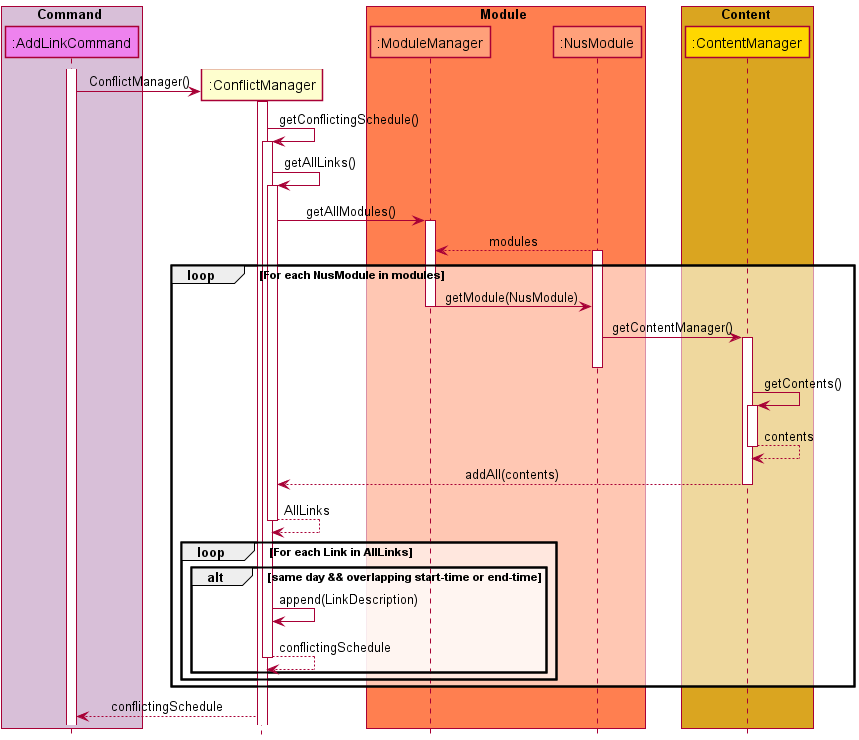
Earlier version of the PlantUML export docs/attachments/ConflictManagerSequenceDiagram.png (nus-cs2113-AY2122S1/tp).
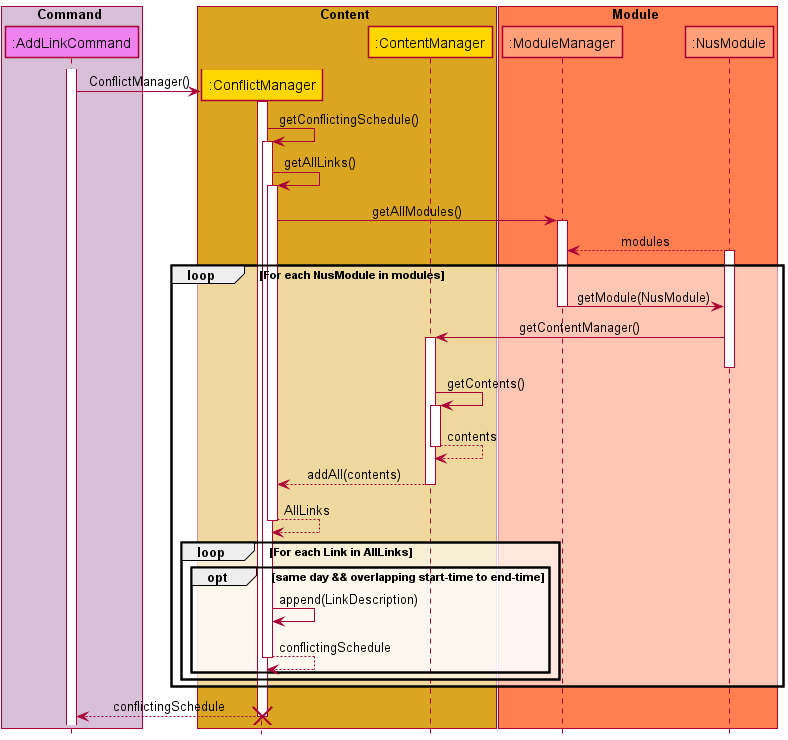
After the commit.

What changed in the source:
```diff
@@ -6,16 +6,16 @@
 participant ":AddLinkCommand" as AddLinkCommand COMMAND_COLOR
 endbox
 
-participant ":ConflictManager" as ConflictManager
+box Content CONTENT_BOX_COLOR
+participant ":ConflictManager" as ConflictManager CONTENT_COLOR
+participant ":ContentManager" as ContentManager CONTENT_COLOR
+endbox
 
 box Module MODULE_BOX_COLOR
 participant ":ModuleManager" as ModuleManager MODULE_COLOR
 participant ":NusModule" as NusModule MODULE_COLOR
 endbox
 
-box Content CONTENT_BOX_COLOR
-participant ":ContentManager" as ContentManager CONTENT_COLOR
-endbox
 
 Activate AddLinkCommand
 create ConflictManager
@@ -49,7 +49,7 @@
     Deactivate ConflictManager
 
     loop For each Link in AllLinks
-        alt same day && overlapping start-time or end-time
+        opt same day && overlapping start-time to end-time
         ConflictManager -> ConflictManager: append(LinkDescription)
         ConflictManager --> ConflictManager: conflictingSchedule
         Deactivate ConflictManager
@@ -60,4 +60,5 @@
 end
 
 ConflictManager --> AddLinkCommand: conflictingSchedule
+destroy ConflictManager
 @enduml
```
